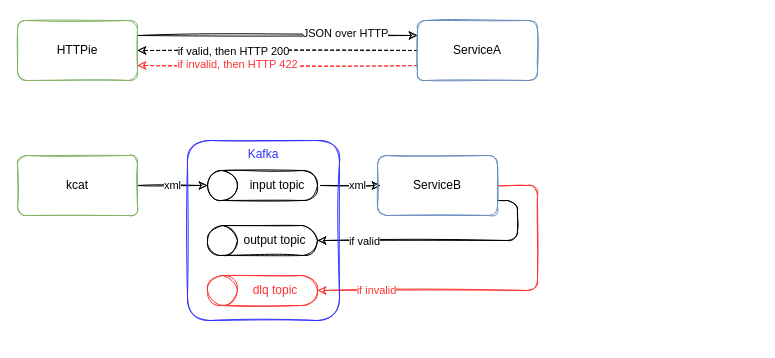
stn1slv/meetup-schema-registry keeps this draw.io diagram as page "light" (1 of 2) of .img/SchemaRegistryDemo.drawio. Above is the earlier version. Source tidied: cells renumbered, new cells numbered last; positions are measured from the earlier drawing's top-left corner, leaving out a move shared by most shapes. Both pictures are drawn from the tidied source at 100%, with x=0, y=0 at pixel (17, 20).
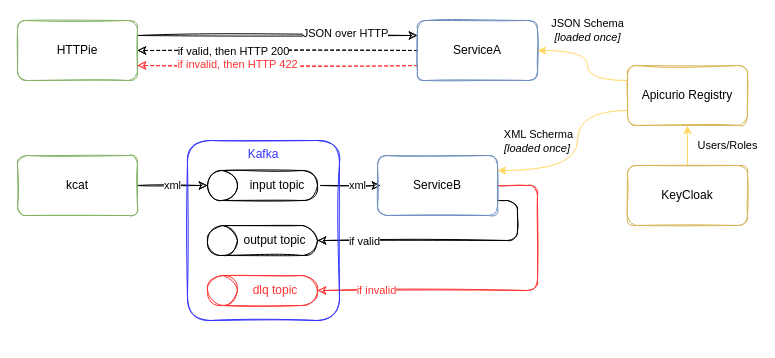
Above is the later version.

Diff of the diagram source:
```diff
@@
+    <mxCell id="27" value="Users/Roles" style="edgeStyle=orthogonalEdgeStyle;rounded=0;jettySize=auto;html=1;entryX=0.5;entryY=0;entryDx=0;entryDy=0;strokeColor=#FFD966;endArrow=none;endFill=0;startArrow=classic;startFill=1;labelBackgroundColor=none;fontColor=#000000;" parent="1" edge="1" source="31" target="32">
+      <mxGeometry y="40" relative="1" as="geometry" />
+    </mxCell>
+    <mxCell id="28" style="jettySize=auto;html=1;entryX=1;entryY=0.25;entryDx=0;entryDy=0;strokeColor=#FFD966;exitX=0;exitY=0.75;exitDx=0;exitDy=0;fontColor=#000000;edgeStyle=orthogonalEdgeStyle;curved=1;" parent="1" edge="1" source="31">
+      <mxGeometry relative="1" as="geometry">
+        <mxPoint x="480" y="150" as="targetPoint" />
+        <Array as="points">
+          <mxPoint x="560" y="90" />
+          <mxPoint x="560" y="150" />
+        </Array>
+      </mxGeometry>
+    </mxCell>
+    <mxCell id="29" value="XML Scherma&lt;br style=&quot;border-color: var(--border-color);&quot;&gt;&lt;i style=&quot;border-color: var(--border-color);&quot;&gt;[loaded once]&lt;/i&gt;&amp;nbsp;" style="edgeLabel;html=1;align=center;verticalAlign=middle;fontColor=#000000;labelBackgroundColor=none;" parent="28" vertex="1">
+      <mxGeometry x="-0.2" y="8" relative="1" as="geometry">
+        <mxPoint x="-48" y="4" as="offset" />
+      </mxGeometry>
+    </mxCell>
+    <mxCell id="30" value="JSON Schema&lt;br style=&quot;border-color: var(--border-color); caret-color: rgb(255, 255, 255);&quot;&gt;&lt;i style=&quot;border-color: var(--border-color); caret-color: rgb(255, 255, 255);&quot;&gt;[loaded once]&lt;/i&gt;" style="rounded=0;jettySize=auto;html=1;entryX=1;entryY=0.5;entryDx=0;entryDy=0;strokeColor=#FFD966;exitX=0;exitY=0.25;exitDx=0;exitDy=0;fontColor=#000000;labelBackgroundColor=none;edgeStyle=orthogonalEdgeStyle;curved=1;" parent="1" edge="1" source="31">
+      <mxGeometry x="0.17" y="-20" relative="1" as="geometry">
+        <mxPoint x="520" y="30" as="targetPoint" />
+        <Array as="points">
+          <mxPoint x="570" y="60" />
+          <mxPoint x="570" y="30" />
+        </Array>
+      </mxGeometry>
+    </mxCell>
+    <mxCell id="31" value="Apicurio Registry" style="rounded=1;whiteSpace=wrap;html=1;sketch=1;fillColor=none;strokeColor=#d6b656;fontColor=#000000;" parent="1" vertex="1">
+      <mxGeometry x="610" y="45" width="120" height="60" as="geometry" />
+    </mxCell>
+    <mxCell id="32" value="KeyCloak" style="rounded=1;whiteSpace=wrap;html=1;sketch=1;fillColor=none;strokeColor=#d6b656;fontColor=#000000;" parent="1" vertex="1">
+      <mxGeometry x="610" y="145" width="120" height="60" as="geometry" />
+    </mxCell>
```
